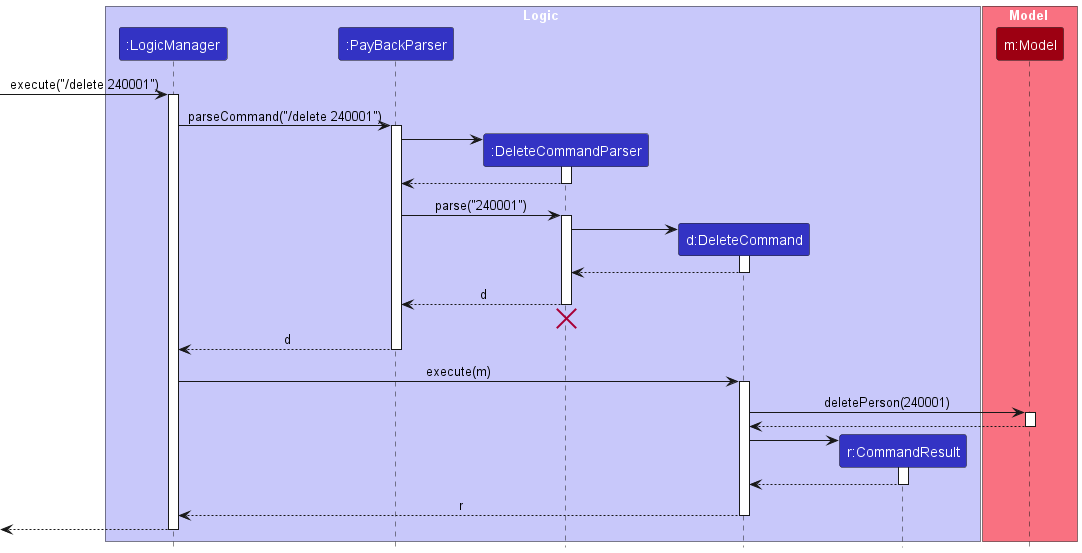
Above: docs/images/DeleteSequenceDiagram.png in PateShin/tp (PlantUML), before the change. The source it was exported from:
```plantuml
@startuml
!include style.puml
skinparam ArrowFontStyle plain

box Logic LOGIC_COLOR_T1
participant ":LogicManager" as LogicManager LOGIC_COLOR
participant ":PayBackParser" as PayBackParser LOGIC_COLOR
participant ":DeleteCommandParser" as DeleteCommandParser LOGIC_COLOR
participant "d:DeleteCommand" as DeleteCommand LOGIC_COLOR
participant "r:CommandResult" as CommandResult LOGIC_COLOR
end box

box Model MODEL_COLOR_T1
participant "m:Model" as Model MODEL_COLOR
end box

[-> LogicManager : execute("/delete 240001")
activate LogicManager

LogicManager -> PayBackParser : parseCommand("/delete 240001")
activate PayBackParser

create DeleteCommandParser
PayBackParser -> DeleteCommandParser
activate DeleteCommandParser

DeleteCommandParser --> PayBackParser
deactivate DeleteCommandParser

PayBackParser -> DeleteCommandParser : parse("240001")
activate DeleteCommandParser

create DeleteCommand
DeleteCommandParser -> DeleteCommand
activate DeleteCommand

DeleteCommand --> DeleteCommandParser :
deactivate DeleteCommand

DeleteCommandParser --> PayBackParser : d
deactivate DeleteCommandParser
DeleteCommandParser -[hidden]-> PayBackParser
destroy DeleteCommandParser

PayBackParser --> LogicManager : d
deactivate PayBackParser

LogicManager -> DeleteCommand : execute(m)
activate DeleteCommand

DeleteCommand -> Model : deletePerson(240001)
activate Model

Model --> DeleteCommand
deactivate Model

create CommandResult
DeleteCommand -> CommandResult
activate CommandResult

CommandResult --> DeleteCommand
deactivate CommandResult

DeleteCommand --> LogicManager : r
deactivate DeleteCommand

[<--LogicManager
deactivate LogicManager
@enduml
```
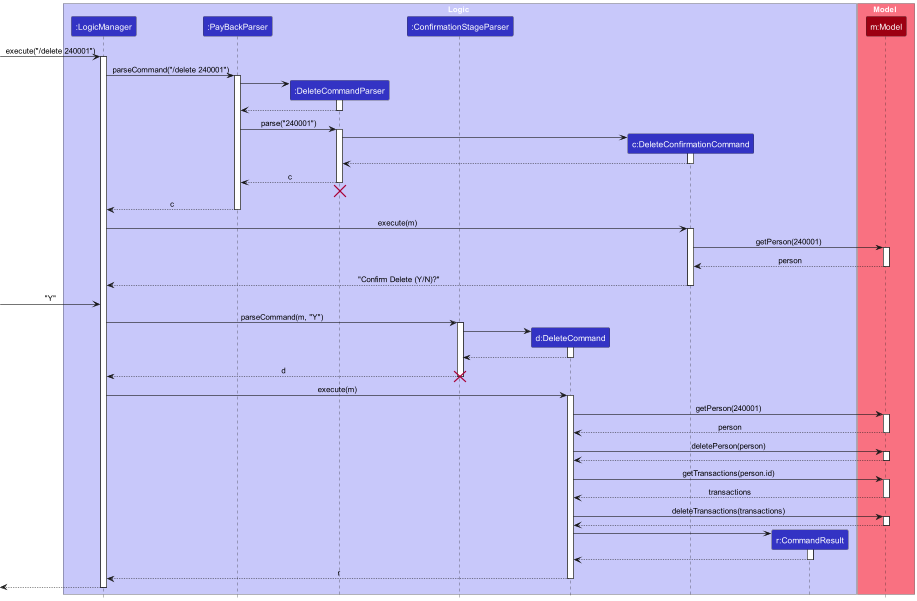
The same file after the commit.

Diff of the diagram source:
```diff
@@ -6,7 +6,9 @@
 participant ":LogicManager" as LogicManager LOGIC_COLOR
 participant ":PayBackParser" as PayBackParser LOGIC_COLOR
 participant ":DeleteCommandParser" as DeleteCommandParser LOGIC_COLOR
+participant ":ConfirmationStageParser" as ConfirmationStageParser LOGIC_COLOR
 participant "d:DeleteCommand" as DeleteCommand LOGIC_COLOR
+participant "c:DeleteConfirmationCommand" as DeleteConfirmationCommand LOGIC_COLOR
 participant "r:CommandResult" as CommandResult LOGIC_COLOR
 end box
 
@@ -30,25 +32,71 @@
 PayBackParser -> DeleteCommandParser : parse("240001")
 activate DeleteCommandParser
 
-create DeleteCommand
-DeleteCommandParser -> DeleteCommand
-activate DeleteCommand
+create DeleteConfirmationCommand
+DeleteCommandParser -> DeleteConfirmationCommand
+activate DeleteConfirmationCommand
 
-DeleteCommand --> DeleteCommandParser :
-deactivate DeleteCommand
+DeleteConfirmationCommand --> DeleteCommandParser :
+deactivate DeleteConfirmationCommand
 
-DeleteCommandParser --> PayBackParser : d
+DeleteCommandParser --> PayBackParser : c
 deactivate DeleteCommandParser
+
 DeleteCommandParser -[hidden]-> PayBackParser
 destroy DeleteCommandParser
 
-PayBackParser --> LogicManager : d
+PayBackParser --> LogicManager : c
 deactivate PayBackParser
+
+LogicManager -> DeleteConfirmationCommand : execute(m)
+activate DeleteConfirmationCommand
+
+DeleteConfirmationCommand -> Model : getPerson(240001)
+activate Model
+
+Model --> DeleteConfirmationCommand : person
+deactivate Model
+
+DeleteConfirmationCommand --> LogicManager : "Confirm Delete (Y/N)?"
+deactivate DeleteConfirmationCommand
+
+[-> LogicManager : "Y"
+LogicManager -> ConfirmationStageParser : parseCommand(m, "Y")
+activate ConfirmationStageParser
+
+create DeleteCommand
+ConfirmationStageParser -> DeleteCommand
+activate DeleteCommand
+
+DeleteCommand --> ConfirmationStageParser :
+deactivate DeleteCommand
+
+ConfirmationStageParser --> LogicManager : d
+deactivate ConfirmationStageParser
+destroy ConfirmationStageParser
 
 LogicManager -> DeleteCommand : execute(m)
 activate DeleteCommand
 
-DeleteCommand -> Model : deletePerson(240001)
+DeleteCommand -> Model : getPerson(240001)
+activate Model
+
+Model --> DeleteCommand : person
+deactivate Model
+
+DeleteCommand -> Model : deletePerson(person)
+activate Model
+
+Model --> DeleteCommand
+deactivate Model
+
+DeleteCommand -> Model : getTransactions(person.id)
+activate Model
+
+Model --> DeleteCommand : transactions
+deactivate Model
+
+DeleteCommand -> Model : deleteTransactions(transactions)
 activate Model
 
 Model --> DeleteCommand
```
